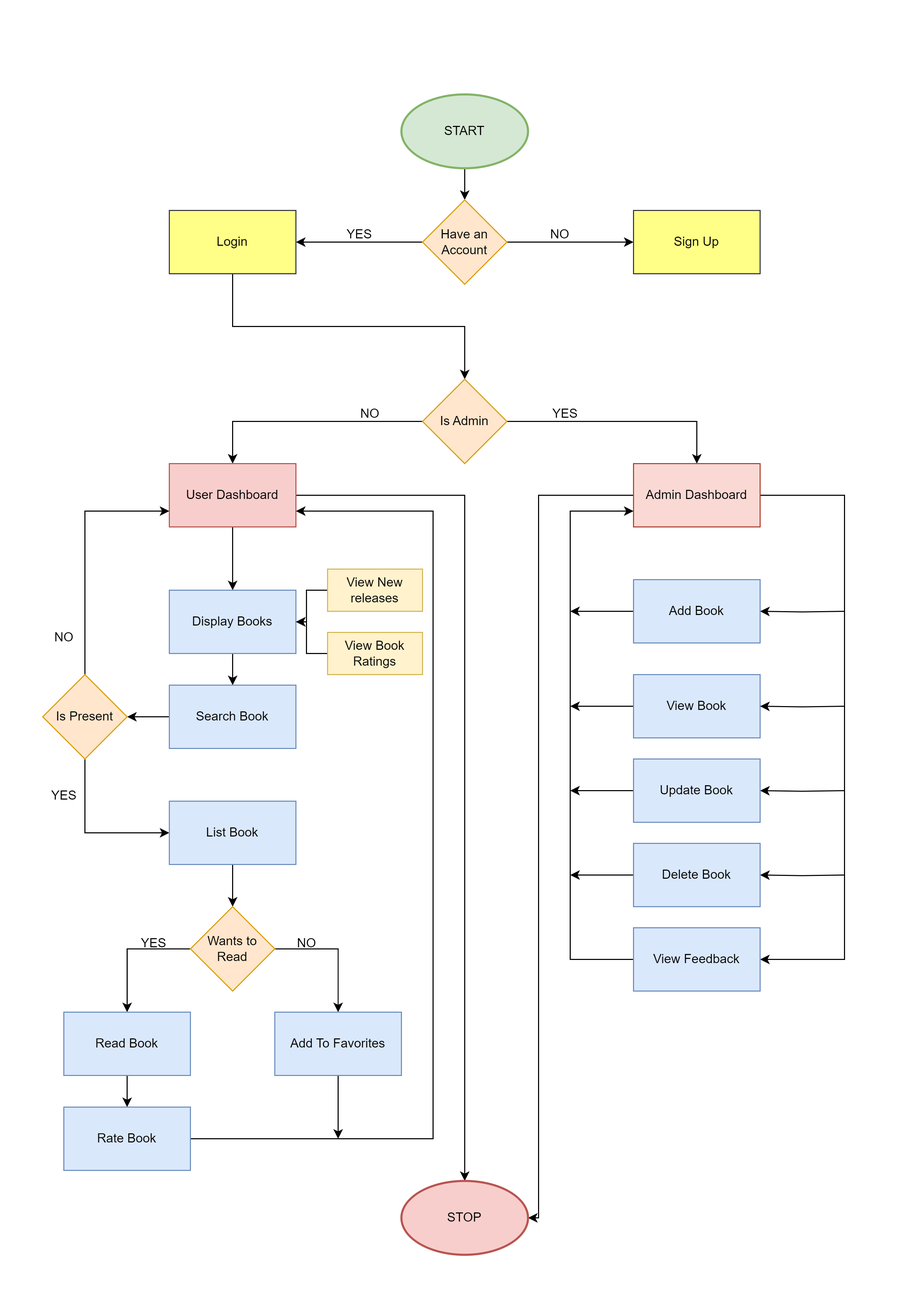
This is onlinebookstore/OnlinebookstoreFlowChart.drawio.png from Kalyanjalaneela/Capstone-ItsNotaBugItsaFeature-7-onlinebookstoreapp, a draw.io export, as it was before one commit. Source tidied: cells renumbered, new cells last; positions are measured from the earlier drawing's top-left corner, leaving out a move shared by most shapes. Its diagram source:
```xml
<mxGraphModel background="#ffffff">
  <root>
    <mxCell id="0" />
    <mxCell id="1" parent="0" />
    <mxCell id="2" style="edgeStyle=orthogonalEdgeStyle;rounded=0;jettySize=auto;html=1;" parent="1" edge="1" source="3" target="7">
      <mxGeometry relative="1" as="geometry" />
    </mxCell>
    <mxCell id="3" value="START" style="strokeWidth=2;html=1;shape=mxgraph.flowchart.start_1;whiteSpace=wrap;shadow=0;fillColor=#d5e8d4;strokeColor=#82b366;" parent="1" vertex="1">
      <mxGeometry x="345" width="120" height="70" as="geometry" />
    </mxCell>
    <mxCell id="4" style="edgeStyle=orthogonalEdgeStyle;rounded=0;jettySize=auto;html=1;" parent="1" edge="1" source="7" target="9">
      <mxGeometry relative="1" as="geometry" />
    </mxCell>
    <mxCell id="5" style="edgeStyle=orthogonalEdgeStyle;rounded=0;jettySize=auto;html=1;entryX=1;entryY=0.5;entryDx=0;entryDy=0;" parent="1" edge="1" source="7" target="8">
      <mxGeometry relative="1" as="geometry" />
    </mxCell>
    <mxCell id="6" style="edgeStyle=orthogonalEdgeStyle;rounded=0;jettySize=auto;html=1;exitX=0.5;exitY=1;exitDx=0;exitDy=0;" parent="1" edge="1" source="8" target="12">
      <mxGeometry relative="1" as="geometry" />
    </mxCell>
    <mxCell id="7" value="Have an&lt;br&gt;Account" style="rhombus;whiteSpace=wrap;html=1;fillColor=#ffe6cc;strokeColor=#d79b00;" parent="1" vertex="1">
      <mxGeometry x="365" y="100" width="80" height="80" as="geometry" />
    </mxCell>
    <mxCell id="8" value="Login" style="rounded=0;whiteSpace=wrap;html=1;fillColor=#ffff88;strokeColor=#36393d;" parent="1" vertex="1">
      <mxGeometry x="125" y="110" width="120" height="60" as="geometry" />
    </mxCell>
    <mxCell id="9" value="Sign Up" style="rounded=0;whiteSpace=wrap;html=1;fillColor=#ffff88;strokeColor=#36393d;fillStyle=auto;" parent="1" vertex="1">
      <mxGeometry x="565" y="110" width="120" height="60" as="geometry" />
    </mxCell>
    <mxCell id="10" style="edgeStyle=orthogonalEdgeStyle;rounded=0;jettySize=auto;html=1;entryX=0.5;entryY=0;entryDx=0;entryDy=0;" parent="1" edge="1" source="12" target="18">
      <mxGeometry relative="1" as="geometry" />
    </mxCell>
    <mxCell id="11" style="edgeStyle=orthogonalEdgeStyle;rounded=0;jettySize=auto;html=1;entryX=0.5;entryY=0;entryDx=0;entryDy=0;" parent="1" edge="1" source="12" target="15">
      <mxGeometry relative="1" as="geometry" />
    </mxCell>
    <mxCell id="12" value="Is Admin" style="rhombus;whiteSpace=wrap;html=1;fillColor=#ffe6cc;strokeColor=#d79b00;" parent="1" vertex="1">
      <mxGeometry x="365" y="270" width="80" height="80" as="geometry" />
    </mxCell>
    <mxCell id="13" style="edgeStyle=orthogonalEdgeStyle;rounded=0;jettySize=auto;html=1;" parent="1" edge="1" source="15" target="33">
      <mxGeometry relative="1" as="geometry" />
    </mxCell>
    <mxCell id="14" style="edgeStyle=orthogonalEdgeStyle;rounded=0;jettySize=auto;html=1;" parent="1" edge="1" source="15" target="52">
      <mxGeometry relative="1" as="geometry" />
    </mxCell>
    <mxCell id="15" value="User Dashboard" style="rounded=0;whiteSpace=wrap;html=1;fillColor=#f8cecc;strokeColor=#b85450;" parent="1" vertex="1">
      <mxGeometry x="125" y="350" width="120" height="60" as="geometry" />
    </mxCell>
    <mxCell id="16" style="edgeStyle=orthogonalEdgeStyle;rounded=0;jettySize=auto;html=1;entryX=1;entryY=0.5;entryDx=0;entryDy=0;" parent="1" edge="1" source="18" target="31">
      <mxGeometry relative="1" as="geometry">
        <Array as="points">
          <mxPoint x="765" y="380" />
          <mxPoint x="765" y="820" />
        </Array>
      </mxGeometry>
    </mxCell>
    <mxCell id="17" style="edgeStyle=orthogonalEdgeStyle;rounded=0;jettySize=auto;html=1;entryX=1;entryY=0.5;entryDx=0;entryDy=0;entryPerimeter=0;" parent="1" edge="1" source="18" target="52">
      <mxGeometry relative="1" as="geometry">
        <Array as="points">
          <mxPoint x="475" y="380" />
          <mxPoint x="475" y="1065" />
        </Array>
      </mxGeometry>
    </mxCell>
    <mxCell id="18" value="Admin Dashboard" style="rounded=0;whiteSpace=wrap;html=1;fillColor=#fad9d5;strokeColor=#ae4132;" parent="1" vertex="1">
      <mxGeometry x="565" y="350" width="120" height="60" as="geometry" />
    </mxCell>
    <mxCell id="19" style="edgeStyle=orthogonalEdgeStyle;rounded=0;jettySize=auto;html=1;entryX=1;entryY=0.5;entryDx=0;entryDy=0;" parent="1" edge="1" target="21">
      <mxGeometry relative="1" as="geometry">
        <mxPoint x="765" y="740" as="sourcePoint" />
      </mxGeometry>
    </mxCell>
    <mxCell id="20" style="edgeStyle=orthogonalEdgeStyle;rounded=0;jettySize=auto;html=1;" parent="1" edge="1" source="21">
      <mxGeometry relative="1" as="geometry">
        <mxPoint x="505" y="740" as="targetPoint" />
      </mxGeometry>
    </mxCell>
    <mxCell id="21" value="Delete Book" style="rounded=0;whiteSpace=wrap;html=1;fillColor=#dae8fc;strokeColor=#6c8ebf;" parent="1" vertex="1">
      <mxGeometry x="565" y="710" width="120" height="60" as="geometry" />
    </mxCell>
    <mxCell id="22" style="edgeStyle=orthogonalEdgeStyle;rounded=0;jettySize=auto;html=1;entryX=1;entryY=0.5;entryDx=0;entryDy=0;" parent="1" edge="1" target="24">
      <mxGeometry relative="1" as="geometry">
        <mxPoint x="765" y="660" as="sourcePoint" />
      </mxGeometry>
    </mxCell>
    <mxCell id="23" style="edgeStyle=orthogonalEdgeStyle;rounded=0;jettySize=auto;html=1;" parent="1" edge="1" source="24">
      <mxGeometry relative="1" as="geometry">
        <mxPoint x="505" y="660" as="targetPoint" />
      </mxGeometry>
    </mxCell>
    <mxCell id="24" value="Update Book" style="rounded=0;whiteSpace=wrap;html=1;fillColor=#dae8fc;strokeColor=#6c8ebf;" parent="1" vertex="1">
      <mxGeometry x="565" y="630" width="120" height="60" as="geometry" />
    </mxCell>
    <mxCell id="25" style="edgeStyle=orthogonalEdgeStyle;rounded=0;jettySize=auto;html=1;" parent="1" edge="1" source="26">
      <mxGeometry relative="1" as="geometry">
        <mxPoint x="505" y="580" as="targetPoint" />
      </mxGeometry>
    </mxCell>
    <mxCell id="26" value="View Book" style="rounded=0;whiteSpace=wrap;html=1;fillColor=#dae8fc;strokeColor=#6c8ebf;" parent="1" vertex="1">
      <mxGeometry x="565" y="550" width="120" height="60" as="geometry" />
    </mxCell>
    <mxCell id="27" style="edgeStyle=orthogonalEdgeStyle;rounded=0;jettySize=auto;html=1;entryX=1;entryY=0.5;entryDx=0;entryDy=0;" parent="1" edge="1" target="29">
      <mxGeometry relative="1" as="geometry">
        <mxPoint x="765" y="490" as="sourcePoint" />
      </mxGeometry>
    </mxCell>
    <mxCell id="28" style="edgeStyle=orthogonalEdgeStyle;rounded=0;jettySize=auto;html=1;" parent="1" edge="1" source="29">
      <mxGeometry relative="1" as="geometry">
        <mxPoint x="505" y="490" as="targetPoint" />
      </mxGeometry>
    </mxCell>
    <mxCell id="29" value="Add Book" style="rounded=0;whiteSpace=wrap;html=1;fillColor=#dae8fc;strokeColor=#6c8ebf;" parent="1" vertex="1">
      <mxGeometry x="565" y="460" width="120" height="60" as="geometry" />
    </mxCell>
    <mxCell id="30" style="edgeStyle=orthogonalEdgeStyle;rounded=0;jettySize=auto;html=1;entryX=0;entryY=0.75;entryDx=0;entryDy=0;exitX=0;exitY=0.5;exitDx=0;exitDy=0;" parent="1" edge="1" source="31" target="18">
      <mxGeometry relative="1" as="geometry">
        <Array as="points">
          <mxPoint x="505" y="820" />
          <mxPoint x="505" y="395" />
        </Array>
      </mxGeometry>
    </mxCell>
    <mxCell id="31" value="View Feedback" style="rounded=0;whiteSpace=wrap;html=1;fillColor=#dae8fc;strokeColor=#6c8ebf;" parent="1" vertex="1">
      <mxGeometry x="565" y="790" width="120" height="60" as="geometry" />
    </mxCell>
    <mxCell id="32" style="edgeStyle=orthogonalEdgeStyle;rounded=0;jettySize=auto;html=1;" parent="1" edge="1" source="33" target="37">
      <mxGeometry relative="1" as="geometry" />
    </mxCell>
    <mxCell id="33" value="Display Books" style="rounded=0;whiteSpace=wrap;html=1;fillColor=#dae8fc;strokeColor=#6c8ebf;" parent="1" vertex="1">
      <mxGeometry x="125" y="470" width="120" height="60" as="geometry" />
    </mxCell>
    <mxCell id="34" style="edgeStyle=orthogonalEdgeStyle;rounded=0;jettySize=auto;html=1;" parent="1" edge="1" source="35" target="33">
      <mxGeometry relative="1" as="geometry" />
    </mxCell>
    <mxCell id="35" value="View New releases" style="rounded=0;whiteSpace=wrap;html=1;fillColor=#fff2cc;strokeColor=#d6b656;" parent="1" vertex="1">
      <mxGeometry x="275" y="450" width="90" height="40" as="geometry" />
    </mxCell>
    <mxCell id="36" style="edgeStyle=orthogonalEdgeStyle;rounded=0;jettySize=auto;html=1;" parent="1" edge="1" source="37" target="40">
      <mxGeometry relative="1" as="geometry" />
    </mxCell>
    <mxCell id="37" value="Search Book" style="rounded=0;whiteSpace=wrap;html=1;fillColor=#dae8fc;strokeColor=#6c8ebf;" parent="1" vertex="1">
      <mxGeometry x="125" y="560" width="120" height="60" as="geometry" />
    </mxCell>
    <mxCell id="38" style="edgeStyle=orthogonalEdgeStyle;rounded=0;jettySize=auto;html=1;entryX=0;entryY=0.5;entryDx=0;entryDy=0;" parent="1" edge="1" source="40" target="42">
      <mxGeometry relative="1" as="geometry">
        <Array as="points">
          <mxPoint x="45" y="700" />
        </Array>
      </mxGeometry>
    </mxCell>
    <mxCell id="39" style="edgeStyle=orthogonalEdgeStyle;rounded=0;jettySize=auto;html=1;entryX=0;entryY=0.75;entryDx=0;entryDy=0;exitX=0.5;exitY=0;exitDx=0;exitDy=0;" parent="1" edge="1" source="40" target="15">
      <mxGeometry relative="1" as="geometry" />
    </mxCell>
    <mxCell id="40" value="Is Present" style="rhombus;whiteSpace=wrap;html=1;fillColor=#ffe6cc;strokeColor=#d79b00;" parent="1" vertex="1">
      <mxGeometry x="5" y="550" width="80" height="80" as="geometry" />
    </mxCell>
    <mxCell id="41" style="edgeStyle=orthogonalEdgeStyle;rounded=0;jettySize=auto;html=1;" parent="1" edge="1" source="42" target="45">
      <mxGeometry relative="1" as="geometry" />
    </mxCell>
    <mxCell id="42" value="List Book" style="rounded=0;whiteSpace=wrap;html=1;fillColor=#dae8fc;strokeColor=#6c8ebf;" parent="1" vertex="1">
      <mxGeometry x="125" y="670" width="120" height="60" as="geometry" />
    </mxCell>
    <mxCell id="43" style="edgeStyle=orthogonalEdgeStyle;rounded=0;jettySize=auto;html=1;entryX=0.5;entryY=0;entryDx=0;entryDy=0;exitX=1;exitY=0.5;exitDx=0;exitDy=0;" parent="1" edge="1" source="45" target="54">
      <mxGeometry relative="1" as="geometry" />
    </mxCell>
    <mxCell id="44" style="edgeStyle=orthogonalEdgeStyle;rounded=0;jettySize=auto;html=1;entryX=0.5;entryY=0;entryDx=0;entryDy=0;exitX=0;exitY=0.5;exitDx=0;exitDy=0;" parent="1" edge="1" source="45" target="49">
      <mxGeometry relative="1" as="geometry" />
    </mxCell>
    <mxCell id="45" value="Wants to Read" style="rhombus;whiteSpace=wrap;html=1;fillColor=#ffe6cc;strokeColor=#d79b00;" parent="1" vertex="1">
      <mxGeometry x="145" y="770" width="80" height="80" as="geometry" />
    </mxCell>
    <mxCell id="46" style="edgeStyle=orthogonalEdgeStyle;rounded=0;jettySize=auto;html=1;entryX=1;entryY=0.5;entryDx=0;entryDy=0;" parent="1" edge="1" source="47" target="33">
      <mxGeometry relative="1" as="geometry" />
    </mxCell>
    <mxCell id="47" value="View Book Ratings" style="rounded=0;whiteSpace=wrap;html=1;fillColor=#fff2cc;strokeColor=#d6b656;" parent="1" vertex="1">
      <mxGeometry x="275" y="510" width="90" height="40" as="geometry" />
    </mxCell>
    <mxCell id="48" style="edgeStyle=orthogonalEdgeStyle;rounded=0;jettySize=auto;html=1;" parent="1" edge="1" source="49" target="51">
      <mxGeometry relative="1" as="geometry" />
    </mxCell>
    <mxCell id="49" value="Read Book" style="rounded=0;whiteSpace=wrap;html=1;fillColor=#dae8fc;strokeColor=#6c8ebf;" parent="1" vertex="1">
      <mxGeometry x="25" y="870" width="120" height="60" as="geometry" />
    </mxCell>
    <mxCell id="50" style="edgeStyle=orthogonalEdgeStyle;rounded=0;jettySize=auto;html=1;entryX=1;entryY=0.75;entryDx=0;entryDy=0;" parent="1" edge="1" source="51" target="15">
      <mxGeometry relative="1" as="geometry">
        <Array as="points">
          <mxPoint x="375" y="990" />
          <mxPoint x="375" y="395" />
        </Array>
      </mxGeometry>
    </mxCell>
    <mxCell id="51" value="Rate Book" style="rounded=0;whiteSpace=wrap;html=1;fillColor=#dae8fc;strokeColor=#6c8ebf;" parent="1" vertex="1">
      <mxGeometry x="25" y="960" width="120" height="60" as="geometry" />
    </mxCell>
    <mxCell id="52" value="STOP" style="strokeWidth=2;html=1;shape=mxgraph.flowchart.start_1;whiteSpace=wrap;shadow=0;fillColor=#f8cecc;strokeColor=#b85450;" parent="1" vertex="1">
      <mxGeometry x="345" y="1030" width="120" height="70" as="geometry" />
    </mxCell>
    <mxCell id="53" style="edgeStyle=orthogonalEdgeStyle;rounded=0;jettySize=auto;html=1;" parent="1" edge="1" source="54">
      <mxGeometry relative="1" as="geometry">
        <mxPoint x="285" y="990" as="targetPoint" />
      </mxGeometry>
    </mxCell>
    <mxCell id="54" value="Add To Favorites" style="rounded=0;whiteSpace=wrap;html=1;fillColor=#dae8fc;strokeColor=#6c8ebf;" parent="1" vertex="1">
      <mxGeometry x="225" y="870" width="120" height="60" as="geometry" />
    </mxCell>
    <mxCell id="55" style="edgeStyle=orthogonalEdgeStyle;rounded=0;jettySize=auto;html=1;entryX=1;entryY=0.5;entryDx=0;entryDy=0;" parent="1" edge="1" target="26">
      <mxGeometry relative="1" as="geometry">
        <mxPoint x="765" y="580" as="sourcePoint" />
      </mxGeometry>
    </mxCell>
    <mxCell id="56" value="NO" style="text;html=1;align=center;verticalAlign=middle;strokeColor=none;fillColor=none;" parent="1" vertex="1">
      <mxGeometry x="475" y="118" width="40" height="30" as="geometry" />
    </mxCell>
    <mxCell id="57" value="YES" style="text;html=1;align=center;verticalAlign=middle;strokeColor=none;fillColor=none;" parent="1" vertex="1">
      <mxGeometry x="280" y="118" width="50" height="30" as="geometry" />
    </mxCell>
    <mxCell id="58" value="YES" style="text;html=1;align=center;verticalAlign=middle;strokeColor=none;fillColor=none;" parent="1" vertex="1">
      <mxGeometry x="475" y="288" width="50" height="30" as="geometry" />
    </mxCell>
    <mxCell id="59" value="NO" style="text;html=1;align=center;verticalAlign=middle;strokeColor=none;fillColor=none;" parent="1" vertex="1">
      <mxGeometry x="295" y="288" width="40" height="30" as="geometry" />
    </mxCell>
    <mxCell id="60" value="NO" style="text;html=1;align=center;verticalAlign=middle;strokeColor=none;fillColor=none;" parent="1" vertex="1">
      <mxGeometry x="5" y="500" width="40" height="30" as="geometry" />
    </mxCell>
    <mxCell id="61" value="YES" style="text;html=1;align=center;verticalAlign=middle;strokeColor=none;fillColor=none;" parent="1" vertex="1">
      <mxGeometry y="650" width="50" height="30" as="geometry" />
    </mxCell>
    <mxCell id="62" value="YES" style="text;html=1;align=center;verticalAlign=middle;strokeColor=none;fillColor=none;" parent="1" vertex="1">
      <mxGeometry x="85" y="790" width="50" height="30" as="geometry" />
    </mxCell>
    <mxCell id="63" value="NO" style="text;html=1;align=center;verticalAlign=middle;strokeColor=none;fillColor=none;" parent="1" vertex="1">
      <mxGeometry x="235" y="790" width="40" height="30" as="geometry" />
    </mxCell>
  </root>
</mxGraphModel>
```
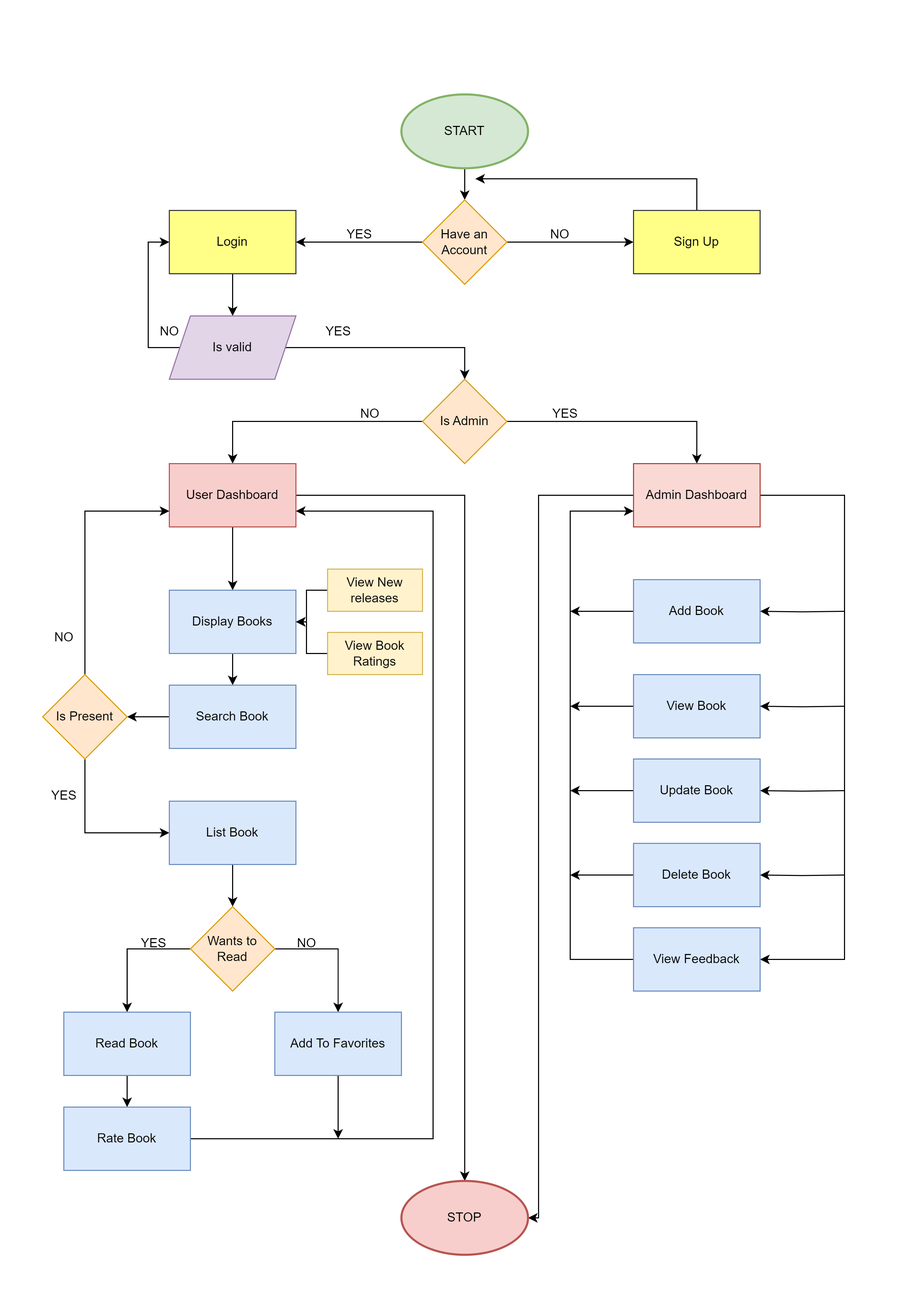
The same diagram one commit later.

What changed in the source:
```diff
@@ -14,15 +14,23 @@
     <mxCell id="5" style="edgeStyle=orthogonalEdgeStyle;rounded=0;jettySize=auto;html=1;entryX=1;entryY=0.5;entryDx=0;entryDy=0;" parent="1" edge="1" source="7" target="8">
       <mxGeometry relative="1" as="geometry" />
     </mxCell>
-    <mxCell id="6" style="edgeStyle=orthogonalEdgeStyle;rounded=0;jettySize=auto;html=1;exitX=0.5;exitY=1;exitDx=0;exitDy=0;" parent="1" edge="1" source="8" target="12">
-      <mxGeometry relative="1" as="geometry" />
-    </mxCell>
     <mxCell id="7" value="Have an&lt;br&gt;Account" style="rhombus;whiteSpace=wrap;html=1;fillColor=#ffe6cc;strokeColor=#d79b00;" parent="1" vertex="1">
       <mxGeometry x="365" y="100" width="80" height="80" as="geometry" />
     </mxCell>
+    <mxCell id="64" style="edgeStyle=orthogonalEdgeStyle;rounded=0;jettySize=auto;html=1;" parent="1" edge="1" source="8" target="68">
+      <mxGeometry relative="1" as="geometry" />
+    </mxCell>
     <mxCell id="8" value="Login" style="rounded=0;whiteSpace=wrap;html=1;fillColor=#ffff88;strokeColor=#36393d;" parent="1" vertex="1">
       <mxGeometry x="125" y="110" width="120" height="60" as="geometry" />
     </mxCell>
+    <mxCell id="65" style="edgeStyle=orthogonalEdgeStyle;rounded=0;jettySize=auto;html=1;" parent="1" edge="1" source="9">
+      <mxGeometry relative="1" as="geometry">
+        <mxPoint x="415" y="80" as="targetPoint" />
+        <Array as="points">
+          <mxPoint x="625" y="80" />
+        </Array>
+      </mxGeometry>
+    </mxCell>
     <mxCell id="9" value="Sign Up" style="rounded=0;whiteSpace=wrap;html=1;fillColor=#ffff88;strokeColor=#36393d;fillStyle=auto;" parent="1" vertex="1">
       <mxGeometry x="565" y="110" width="120" height="60" as="geometry" />
     </mxCell>
@@ -230,5 +238,25 @@
     <mxCell id="63" value="NO" style="text;html=1;align=center;verticalAlign=middle;strokeColor=none;fillColor=none;" parent="1" vertex="1">
       <mxGeometry x="235" y="790" width="40" height="30" as="geometry" />
     </mxCell>
+    <mxCell id="66" style="edgeStyle=orthogonalEdgeStyle;rounded=0;jettySize=auto;html=1;entryX=0;entryY=0.5;entryDx=0;entryDy=0;" parent="1" edge="1" source="68" target="8">
+      <mxGeometry relative="1" as="geometry">
+        <Array as="points">
+          <mxPoint x="105" y="240" />
+          <mxPoint x="105" y="140" />
+        </Array>
+      </mxGeometry>
+    </mxCell>
+    <mxCell id="67" style="edgeStyle=orthogonalEdgeStyle;rounded=0;jettySize=auto;html=1;entryX=0.5;entryY=0;entryDx=0;entryDy=0;" parent="1" edge="1" source="68" target="12">
+      <mxGeometry relative="1" as="geometry" />
+    </mxCell>
+    <mxCell id="68" value="Is valid" style="shape=parallelogram;perimeter=parallelogramPerimeter;whiteSpace=wrap;html=1;fixedSize=1;fillColor=#e1d5e7;strokeColor=#9673a6;" parent="1" vertex="1">
+      <mxGeometry x="125" y="210" width="120" height="60" as="geometry" />
+    </mxCell>
+    <mxCell id="69" value="YES" style="text;html=1;align=center;verticalAlign=middle;strokeColor=none;fillColor=none;" parent="1" vertex="1">
+      <mxGeometry x="260" y="210" width="50" height="30" as="geometry" />
+    </mxCell>
+    <mxCell id="70" value="NO" style="text;html=1;align=center;verticalAlign=middle;strokeColor=none;fillColor=none;" parent="1" vertex="1">
+      <mxGeometry x="105" y="210" width="40" height="30" as="geometry" />
+    </mxCell>
   </root>
 </mxGraphModel>
```
